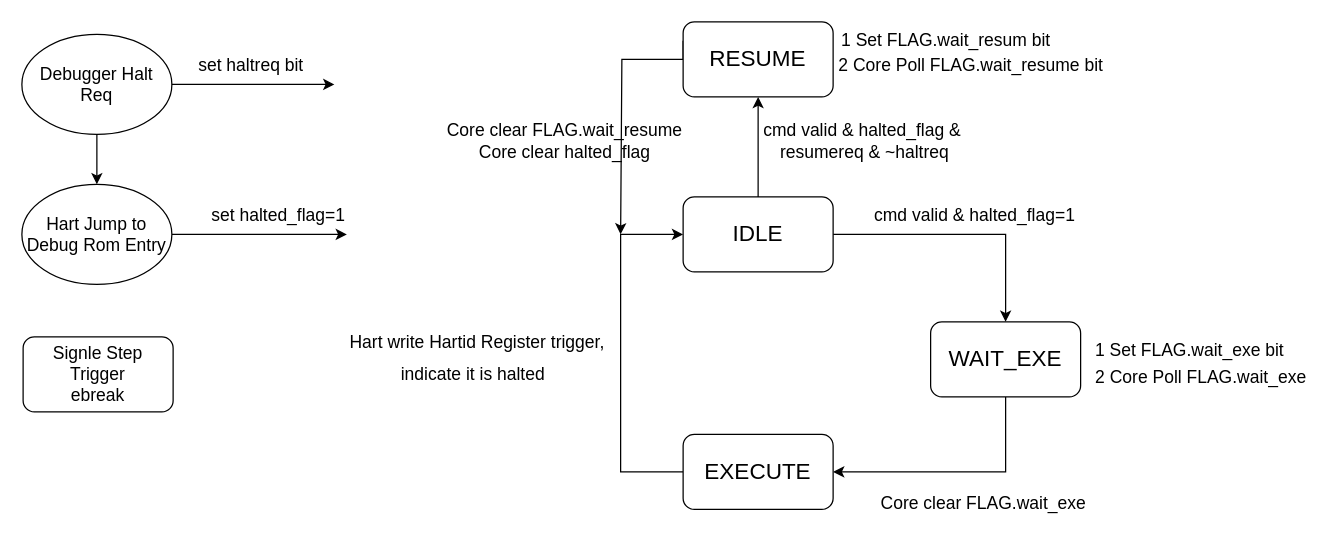
blin123/hdl keeps this draw.io diagram as 未命名绘图.drawio. Above is the earlier version. Source tidied: cells renumbered, new cells numbered last; positions are measured from the earlier drawing's top-left corner, leaving out a move shared by most shapes. Both pictures are drawn from the tidied source at 125%, with x=0, y=0 at pixel (21, 21).
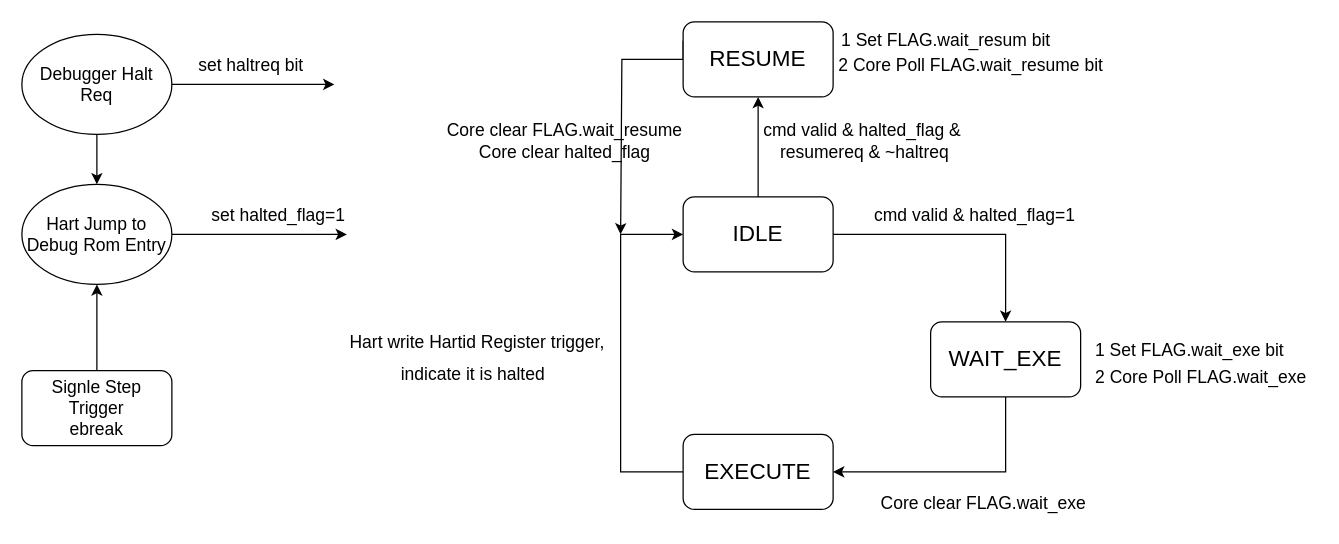
Above is the later version.

The change refers to these unchanged cells:
```xml
<mxCell id="18" value="&lt;font style=&quot;font-size: 14px;&quot;&gt;Hart Jump to Debug Rom Entry&lt;/font&gt;" style="ellipse;whiteSpace=wrap;html=1;" parent="1" vertex="1">
  <mxGeometry y="130" width="120" height="80" as="geometry" />
</mxCell>
```

Diff of the diagram source:
```diff
@@
+    <mxCell id="28" style="edgeStyle=orthogonalEdgeStyle;rounded=0;jettySize=auto;html=1;exitX=0.5;exitY=0;exitDx=0;exitDy=0;entryX=0.5;entryY=1;entryDx=0;entryDy=0;" parent="1" edge="1" source="27" target="18">
+      <mxGeometry relative="1" as="geometry" />
+    </mxCell>
     <mxCell id="27" value="&lt;span style=&quot;font-size: 14px;&quot;&gt;Signle Step&lt;/span&gt;&lt;div&gt;&lt;span style=&quot;font-size: 14px;&quot;&gt;Trigger&lt;/span&gt;&lt;/div&gt;&lt;div&gt;&lt;span style=&quot;font-size: 14px;&quot;&gt;ebreak&lt;/span&gt;&lt;/div&gt;" style="rounded=1;whiteSpace=wrap;html=1;" parent="1" vertex="1">
-      <mxGeometry x="1" y="252" width="120" height="60" as="geometry" />
+      <mxGeometry y="279" width="120" height="60" as="geometry" />
     </mxCell>
```
